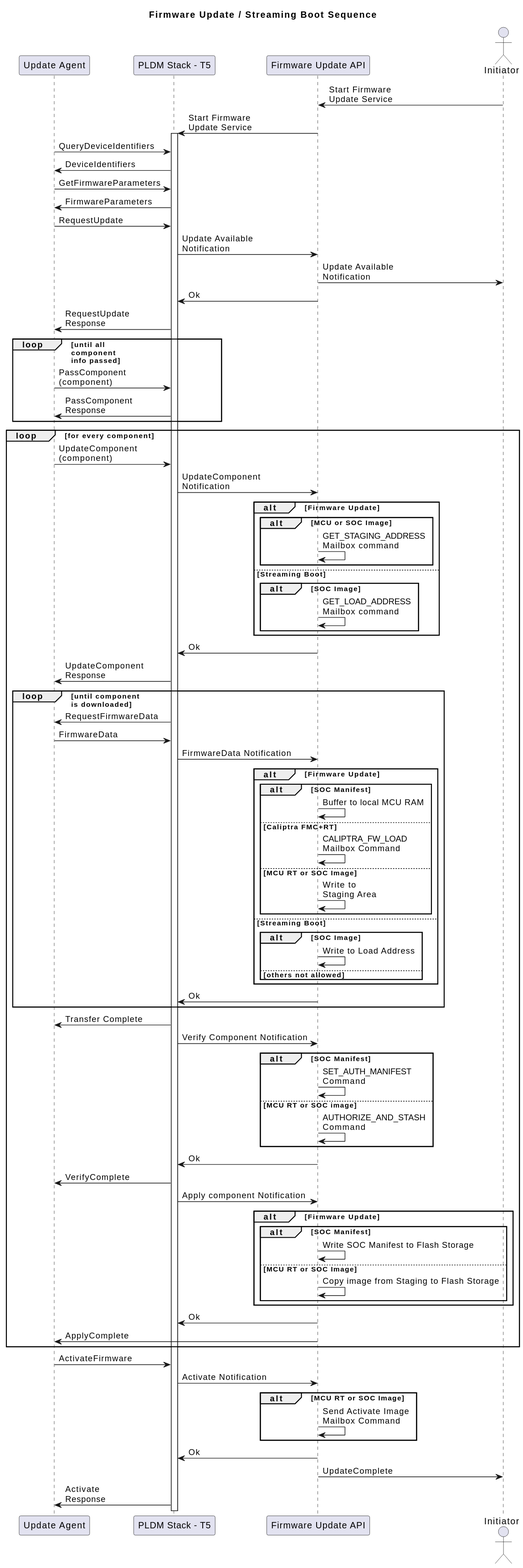
The PlantUML diagram docs/src/images/firmware_update_sequence.svg in chipsalliance/caliptra-mcu-sw, before a commit.
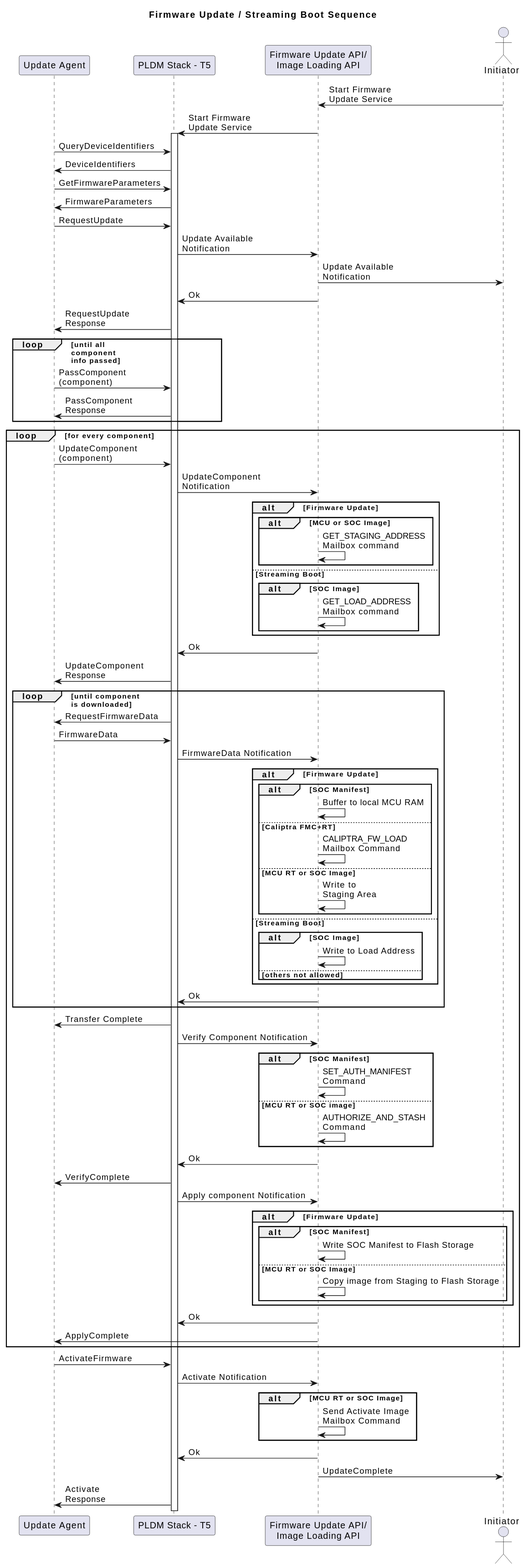
The same diagram one commit later.

The edit, as a diff of the source:
```diff
@@ -3,7 +3,7 @@
 
 participant "Update Agent" as PLDM
 participant "PLDM Stack - T5" as Firmware
-participant "Firmware Update API" as API
+participant "Firmware Update API/\nImage Loading API" as API
 
 actor "Initiator" as App
 
```
